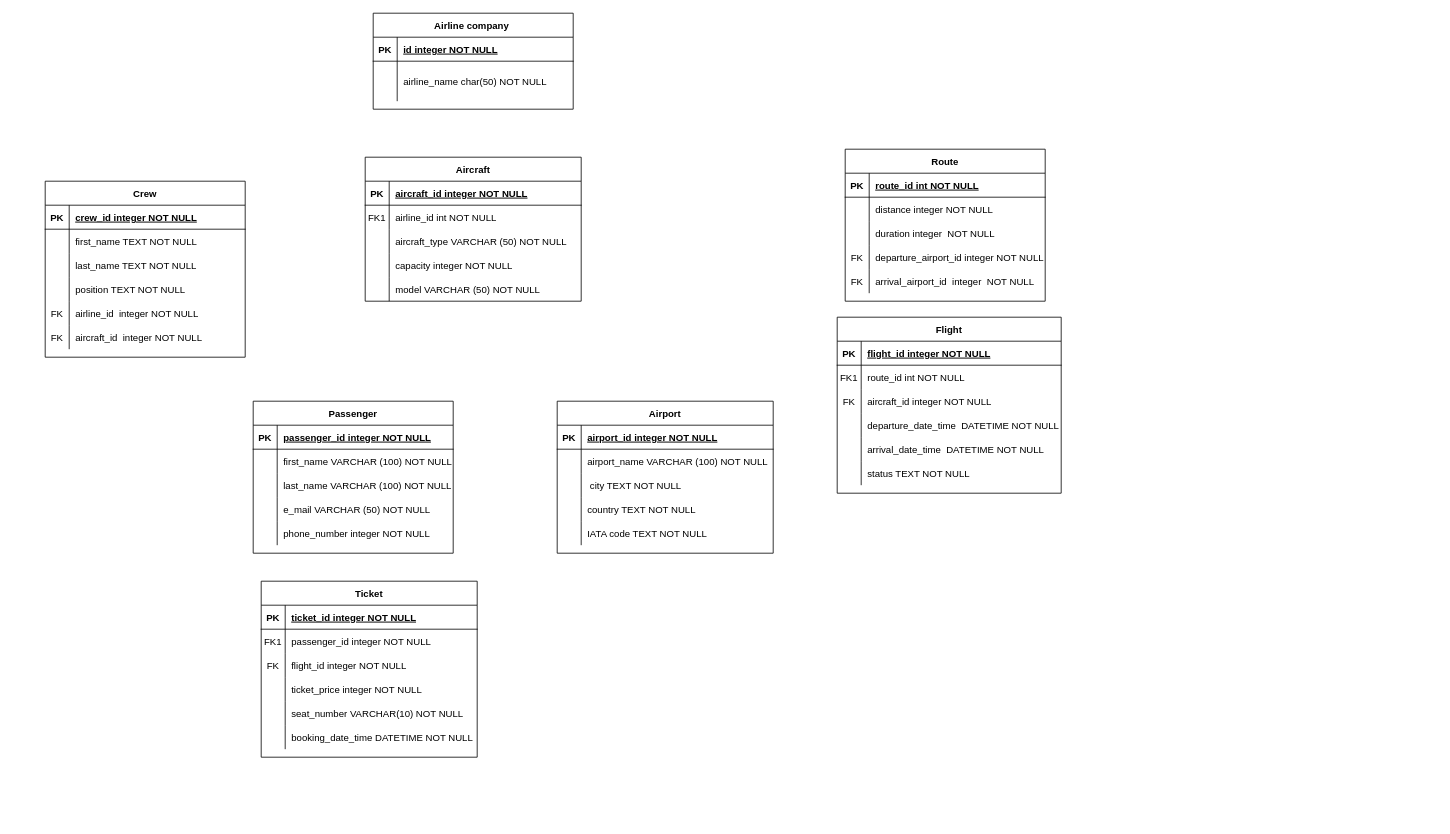
Before: model_conceptual.drawio in vladmagosin/examen_sem_1_db, a draw.io diagram. Source tidied: cells renumbered, new cells numbered last; positions are measured from the earlier drawing's top-left corner, leaving out a move shared by most shapes. Both pictures are drawn from the tidied source at 80%, with x=0, y=0 at pixel (45, 13).
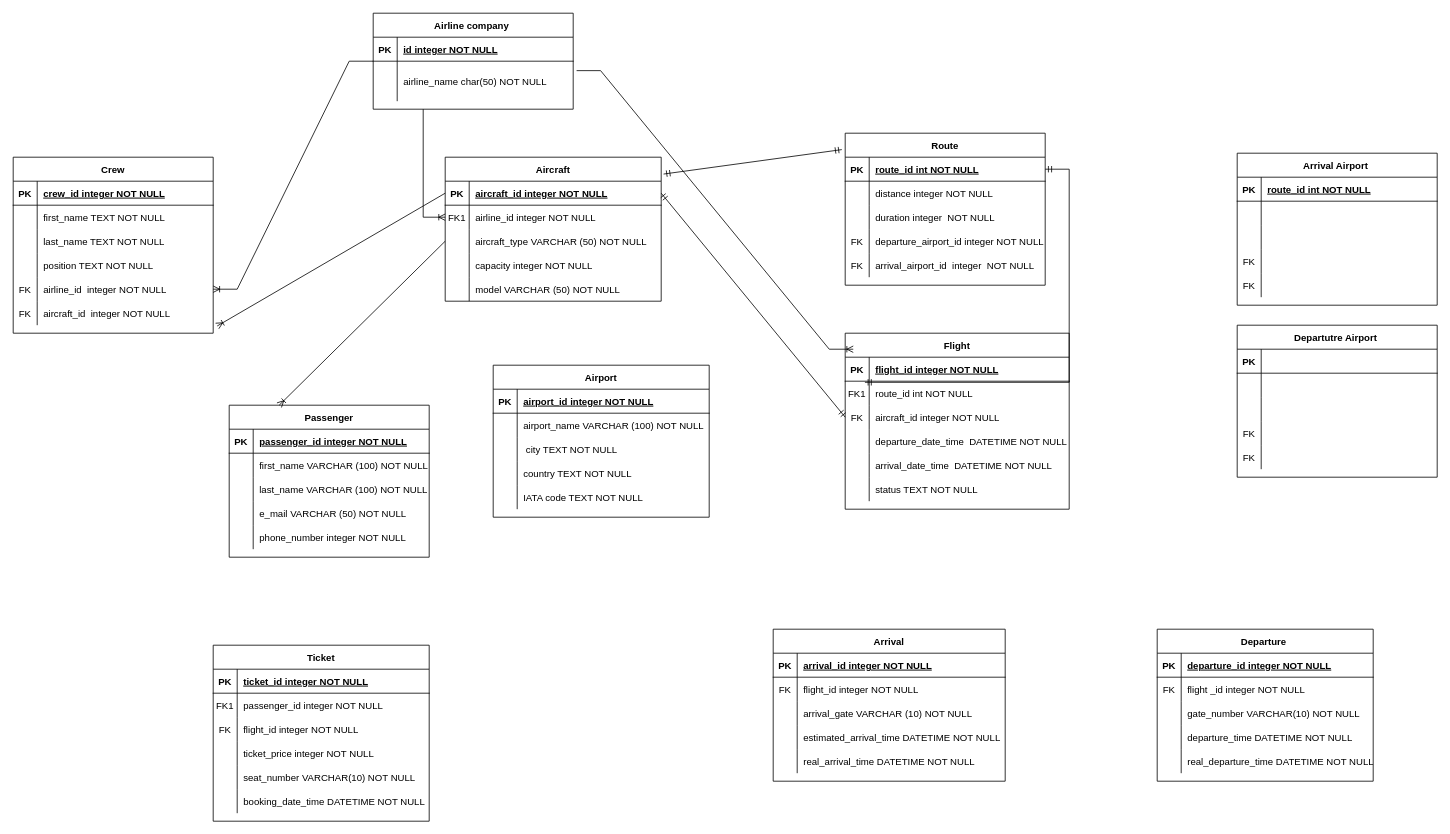
After the change.

The change refers to these unchanged cells:
```xml
<mxCell id="3" style="shape=partialRectangle;fillColor=none;points=[[0,0.5],[1,0.5]];portConstraint=eastwest;top=0;left=0;right=0;bottom=1;" parent="2" vertex="1">
  <mxGeometry y="30" width="270" height="30" as="geometry" />
</mxCell>
<mxCell id="6" style="shape=partialRectangle;fillColor=none;points=[[0,0.5],[1,0.5]];portConstraint=eastwest;top=0;left=0;right=0;bottom=0;" parent="2" vertex="1">
  <mxGeometry y="60" width="270" height="30" as="geometry" />
</mxCell>
<mxCell id="9" style="shape=partialRectangle;fillColor=none;points=[[0,0.5],[1,0.5]];portConstraint=eastwest;top=0;left=0;right=0;bottom=0;" parent="2" vertex="1">
  <mxGeometry y="90" width="270" height="30" as="geometry" />
</mxCell>
<mxCell id="34" value="Airline company " style="shape=table;startSize=30;childLayout=tableLayout;rowLines=0;fontStyle=1;align=center;" parent="1" vertex="1">
  <mxGeometry x="410" width="250" height="120" as="geometry" />
</mxCell>
<mxCell id="38" style="shape=partialRectangle;fillColor=none;points=[[0,0.5],[1,0.5]];portConstraint=eastwest;top=0;left=0;right=0;bottom=0;" parent="34" vertex="1">
  <mxGeometry y="60" width="250" height="50" as="geometry" />
</mxCell>
<mxCell id="45" style="shape=partialRectangle;fillColor=none;points=[[0,0.5],[1,0.5]];portConstraint=eastwest;top=0;left=0;right=0;bottom=0;" parent="41" vertex="1">
  <mxGeometry y="60" width="280" height="30" as="geometry" />
</mxCell>
<mxCell id="48" style="shape=partialRectangle;fillColor=none;points=[[0,0.5],[1,0.5]];portConstraint=eastwest;top=0;left=0;right=0;bottom=0;" parent="41" vertex="1">
  <mxGeometry y="90" width="280" height="30" as="geometry" />
</mxCell>
<mxCell id="73" style="shape=partialRectangle;fillColor=none;points=[[0,0.5],[1,0.5]];portConstraint=eastwest;top=0;left=0;right=0;bottom=0;" parent="60" vertex="1">
  <mxGeometry y="150" width="250" height="30" as="geometry" />
</mxCell>
<mxCell id="76" style="shape=partialRectangle;fillColor=none;points=[[0,0.5],[1,0.5]];portConstraint=eastwest;top=0;left=0;right=0;bottom=0;" parent="60" vertex="1">
  <mxGeometry y="180" width="250" height="30" as="geometry" />
</mxCell>
<mxCell id="80" style="shape=partialRectangle;fillColor=none;points=[[0,0.5],[1,0.5]];portConstraint=eastwest;top=0;left=0;right=0;bottom=1;" parent="79" vertex="1">
  <mxGeometry y="30" width="250" height="30" as="geometry" />
</mxCell>
```

What changed in the source:
```diff
@@
     <mxCell id="2" value="Aircraft" style="shape=table;startSize=30;childLayout=tableLayout;rowLines=0;fontStyle=1;align=center;" parent="1" vertex="1">
-      <mxGeometry x="400" y="180" width="270" height="180" as="geometry" />
+      <mxGeometry x="500" y="180" width="270" height="180" as="geometry" />
     </mxCell>
@@
-    <mxCell id="8" value="airline_id int NOT NULL" style="shape=partialRectangle;overflow=hidden;fillColor=none;top=0;left=0;bottom=0;right=0;align=left;spacingLeft=6;" parent="6" vertex="1">
+    <mxCell id="8" value="airline_id integer NOT NULL" style="shape=partialRectangle;overflow=hidden;fillColor=none;top=0;left=0;bottom=0;right=0;align=left;spacingLeft=6;" parent="6" vertex="1">
       <mxGeometry x="30" width="240" height="30" as="geometry" />
     </mxCell>
@@
     <mxCell id="18" value="Passenger" style="shape=table;startSize=30;childLayout=tableLayout;rowLines=0;fontStyle=1;align=center;" parent="1" vertex="1">
-      <mxGeometry x="260" y="485" width="250" height="190" as="geometry" />
+      <mxGeometry x="230" y="490" width="250" height="190" as="geometry" />
     </mxCell>
@@
     <mxCell id="41" value="Flight" style="shape=table;startSize=30;childLayout=tableLayout;rowLines=0;fontStyle=1;align=center;" parent="1" vertex="1">
-      <mxGeometry x="990" y="380" width="280" height="220" as="geometry" />
+      <mxGeometry x="1000" y="400" width="280" height="220" as="geometry" />
     </mxCell>
@@
     <mxCell id="60" value="Crew" style="shape=table;startSize=30;childLayout=tableLayout;rowLines=0;fontStyle=1;align=center;" parent="1" vertex="1">
-      <mxGeometry y="210" width="250" height="220" as="geometry" />
+      <mxGeometry x="-40" y="180" width="250" height="220" as="geometry" />
     </mxCell>
@@
     <mxCell id="79" value="Route" style="shape=table;startSize=30;childLayout=tableLayout;rowLines=0;fontStyle=1;align=center;" parent="1" vertex="1">
-      <mxGeometry x="1000" y="170" width="250" height="190" as="geometry" />
+      <mxGeometry x="1000" y="150" width="250" height="190" as="geometry" />
     </mxCell>
@@
     <mxCell id="95" value="Airport" style="shape=table;startSize=30;childLayout=tableLayout;rowLines=0;fontStyle=1;align=center;" parent="1" vertex="1">
-      <mxGeometry x="640" y="485" width="270" height="190" as="geometry" />
+      <mxGeometry x="560" y="440" width="270" height="190" as="geometry" />
     </mxCell>
@@
     <mxCell id="111" value="Ticket" style="shape=table;startSize=30;childLayout=tableLayout;rowLines=0;fontStyle=1;align=center;" parent="1" vertex="1">
-      <mxGeometry x="270" y="710" width="270" height="220" as="geometry" />
+      <mxGeometry x="210" y="790" width="270" height="220" as="geometry" />
     </mxCell>
@@
+    <mxCell id="130" value="Departure " style="shape=table;startSize=30;childLayout=tableLayout;rowLines=0;fontStyle=1;align=center;" parent="1" vertex="1">
+      <mxGeometry x="1390" y="770" width="270" height="190" as="geometry" />
+    </mxCell>
+    <mxCell id="131" style="shape=partialRectangle;fillColor=none;top=0;left=0;right=0;bottom=1;" parent="130" vertex="1">
+      <mxGeometry y="30" width="270" height="30" as="geometry" />
+    </mxCell>
+    <mxCell id="132" value="PK" style="shape=partialRectangle;overflow=hidden;fillColor=none;top=0;left=0;bottom=0;right=0;fontStyle=1;" parent="131" vertex="1">
+      <mxGeometry width="30" height="30" as="geometry" />
+    </mxCell>
+    <mxCell id="133" value="departure_id integer NOT NULL " style="shape=partialRectangle;overflow=hidden;fillColor=none;top=0;left=0;bottom=0;right=0;align=left;spacingLeft=6;fontStyle=5;" parent="131" vertex="1">
+      <mxGeometry x="30" width="240" height="30" as="geometry" />
+    </mxCell>
+    <mxCell id="134" style="shape=partialRectangle;fillColor=none;top=0;left=0;right=0;bottom=0;" parent="130" vertex="1">
+      <mxGeometry y="60" width="270" height="30" as="geometry" />
+    </mxCell>
+    <mxCell id="135" value="FK" style="shape=partialRectangle;overflow=hidden;fillColor=none;top=0;left=0;bottom=0;right=0;" parent="134" vertex="1">
+      <mxGeometry width="30" height="30" as="geometry" />
+    </mxCell>
+    <mxCell id="136" value="flight _id integer NOT NULL " style="shape=partialRectangle;overflow=hidden;fillColor=none;top=0;left=0;bottom=0;right=0;align=left;spacingLeft=6;" parent="134" vertex="1">
+      <mxGeometry x="30" width="240" height="30" as="geometry" />
+    </mxCell>
+    <mxCell id="137" style="shape=partialRectangle;fillColor=none;top=0;left=0;right=0;bottom=0;" parent="130" vertex="1">
+      <mxGeometry y="90" width="270" height="30" as="geometry" />
+    </mxCell>
+    <mxCell id="138" style="shape=partialRectangle;overflow=hidden;fillColor=none;top=0;left=0;bottom=0;right=0;" parent="137" vertex="1">
+      <mxGeometry width="30" height="30" as="geometry" />
+    </mxCell>
+    <mxCell id="139" value="gate_number VARCHAR(10) NOT NULL " style="shape=partialRectangle;overflow=hidden;fillColor=none;top=0;left=0;bottom=0;right=0;align=left;spacingLeft=6;" parent="137" vertex="1">
+      <mxGeometry x="30" width="240" height="30" as="geometry" />
+    </mxCell>
+    <mxCell id="140" style="shape=partialRectangle;fillColor=none;top=0;left=0;right=0;bottom=0;" parent="130" vertex="1">
+      <mxGeometry y="120" width="270" height="30" as="geometry" />
+    </mxCell>
+    <mxCell id="141" style="shape=partialRectangle;overflow=hidden;fillColor=none;top=0;left=0;bottom=0;right=0;" parent="140" vertex="1">
+      <mxGeometry width="30" height="30" as="geometry" />
+    </mxCell>
+    <mxCell id="142" value="departure_time DATETIME NOT NULL " style="shape=partialRectangle;overflow=hidden;fillColor=none;top=0;left=0;bottom=0;right=0;align=left;spacingLeft=6;" parent="140" vertex="1">
+      <mxGeometry x="30" width="240" height="30" as="geometry" />
+    </mxCell>
+    <mxCell id="143" style="shape=partialRectangle;fillColor=none;top=0;left=0;right=0;bottom=0;" parent="130" vertex="1">
+      <mxGeometry y="150" width="270" height="30" as="geometry" />
+    </mxCell>
+    <mxCell id="144" style="shape=partialRectangle;overflow=hidden;fillColor=none;top=0;left=0;bottom=0;right=0;" parent="143" vertex="1">
+      <mxGeometry width="30" height="30" as="geometry" />
+    </mxCell>
+    <mxCell id="145" value="real_departure_time DATETIME NOT NULL" style="shape=partialRectangle;overflow=hidden;fillColor=none;top=0;left=0;bottom=0;right=0;align=left;spacingLeft=6;" parent="143" vertex="1">
+      <mxGeometry x="30" width="240" height="30" as="geometry" />
+    </mxCell>
+    <mxCell id="146" value="Arrival" style="shape=table;startSize=30;childLayout=tableLayout;rowLines=0;fontStyle=1;align=center;" parent="1" vertex="1">
+      <mxGeometry x="910" y="770" width="290" height="190" as="geometry" />
+    </mxCell>
+    <mxCell id="147" style="shape=partialRectangle;fillColor=none;top=0;left=0;right=0;bottom=1;" parent="146" vertex="1">
+      <mxGeometry y="30" width="290" height="30" as="geometry" />
+    </mxCell>
+    <mxCell id="148" value="PK" style="shape=partialRectangle;overflow=hidden;fillColor=none;top=0;left=0;bottom=0;right=0;fontStyle=1;" parent="147" vertex="1">
+      <mxGeometry width="30" height="30" as="geometry" />
+    </mxCell>
+    <mxCell id="149" value="arrival_id integer NOT NULL " style="shape=partialRectangle;overflow=hidden;fillColor=none;top=0;left=0;bottom=0;right=0;align=left;spacingLeft=6;fontStyle=5;" parent="147" vertex="1">
+      <mxGeometry x="30" width="260" height="30" as="geometry" />
+    </mxCell>
+    <mxCell id="150" style="shape=partialRectangle;fillColor=none;top=0;left=0;right=0;bottom=0;" parent="146" vertex="1">
+      <mxGeometry y="60" width="290" height="30" as="geometry" />
+    </mxCell>
+    <mxCell id="151" value="FK" style="shape=partialRectangle;overflow=hidden;fillColor=none;top=0;left=0;bottom=0;right=0;" parent="150" vertex="1">
+      <mxGeometry width="30" height="30" as="geometry" />
+    </mxCell>
+    <mxCell id="152" value="flight_id integer NOT NULL " style="shape=partialRectangle;overflow=hidden;fillColor=none;top=0;left=0;bottom=0;right=0;align=left;spacingLeft=6;" parent="150" vertex="1">
+      <mxGeometry x="30" width="260" height="30" as="geometry" />
+    </mxCell>
+    <mxCell id="153" style="shape=partialRectangle;fillColor=none;top=0;left=0;right=0;bottom=0;" parent="146" vertex="1">
+      <mxGeometry y="90" width="290" height="30" as="geometry" />
+    </mxCell>
+    <mxCell id="154" style="shape=partialRectangle;overflow=hidden;fillColor=none;top=0;left=0;bottom=0;right=0;" parent="153" vertex="1">
+      <mxGeometry width="30" height="30" as="geometry" />
+    </mxCell>
+    <mxCell id="155" value="arrival_gate VARCHAR (10) NOT NULL " style="shape=partialRectangle;overflow=hidden;fillColor=none;top=0;left=0;bottom=0;right=0;align=left;spacingLeft=6;" parent="153" vertex="1">
+      <mxGeometry x="30" width="260" height="30" as="geometry" />
+    </mxCell>
+    <mxCell id="156" style="shape=partialRectangle;fillColor=none;top=0;left=0;right=0;bottom=0;" parent="146" vertex="1">
+      <mxGeometry y="120" width="290" height="30" as="geometry" />
+    </mxCell>
+    <mxCell id="157" style="shape=partialRectangle;overflow=hidden;fillColor=none;top=0;left=0;bottom=0;right=0;" parent="156" vertex="1">
+      <mxGeometry width="30" height="30" as="geometry" />
+    </mxCell>
+    <mxCell id="158" value="estimated_arrival_time DATETIME NOT NULL" style="shape=partialRectangle;overflow=hidden;fillColor=none;top=0;left=0;bottom=0;right=0;align=left;spacingLeft=6;" parent="156" vertex="1">
+      <mxGeometry x="30" width="260" height="30" as="geometry" />
+    </mxCell>
+    <mxCell id="159" style="shape=partialRectangle;fillColor=none;top=0;left=0;right=0;bottom=0;" parent="146" vertex="1">
+      <mxGeometry y="150" width="290" height="30" as="geometry" />
+    </mxCell>
+    <mxCell id="160" style="shape=partialRectangle;overflow=hidden;fillColor=none;top=0;left=0;bottom=0;right=0;" parent="159" vertex="1">
+      <mxGeometry width="30" height="30" as="geometry" />
+    </mxCell>
+    <mxCell id="161" value="real_arrival_time DATETIME NOT NULL " style="shape=partialRectangle;overflow=hidden;fillColor=none;top=0;left=0;bottom=0;right=0;align=left;spacingLeft=6;" parent="159" vertex="1">
+      <mxGeometry x="30" width="260" height="30" as="geometry" />
+    </mxCell>
+    <mxCell id="162" style="fontSize=12;html=1;endArrow=ERoneToMany;rounded=0;exitX=0.25;exitY=1;exitDx=0;exitDy=0;edgeStyle=orthogonalEdgeStyle;" parent="1" edge="1" source="34" target="6">
+      <mxGeometry relative="1" as="geometry" />
+    </mxCell>
+    <mxCell id="163" style="edgeStyle=entityRelationEdgeStyle;fontSize=12;html=1;endArrow=ERoneToMany;rounded=0;entryX=1;entryY=0.5;entryDx=0;entryDy=0;" parent="1" edge="1" source="34" target="73">
+      <mxGeometry relative="1" as="geometry" />
+    </mxCell>
+    <mxCell id="164" style="fontSize=12;html=1;endArrow=ERoneToMany;rounded=0;entryX=1.02;entryY=1.033;entryDx=0;entryDy=0;entryPerimeter=0;exitX=0;exitY=0.5;exitDx=0;exitDy=0;" parent="1" edge="1" source="3" target="76">
+      <mxGeometry relative="1" as="geometry" />
+    </mxCell>
+    <mxCell id="165" style="fontSize=12;html=1;endArrow=ERoneToMany;rounded=0;entryX=0.25;entryY=0;entryDx=0;entryDy=0;exitX=0;exitY=0.5;exitDx=0;exitDy=0;" parent="1" edge="1" source="9" target="18">
+      <mxGeometry relative="1" as="geometry" />
+    </mxCell>
+    <mxCell id="166" style="edgeStyle=entityRelationEdgeStyle;fontSize=12;html=1;endArrow=ERoneToMany;rounded=0;exitX=1.017;exitY=0.236;exitDx=0;exitDy=0;exitPerimeter=0;entryX=0.036;entryY=0.091;entryDx=0;entryDy=0;entryPerimeter=0;" parent="1" edge="1" source="38" target="41">
+      <mxGeometry relative="1" as="geometry" />
+    </mxCell>
+    <mxCell id="167" value="Arrival Airport " style="shape=table;startSize=30;childLayout=tableLayout;rowLines=0;fontStyle=1;align=center;" parent="1" vertex="1">
+      <mxGeometry x="1490" y="175" width="250" height="190" as="geometry" />
+    </mxCell>
+    <mxCell id="168" style="shape=partialRectangle;fillColor=none;top=0;left=0;right=0;bottom=1;" parent="167" vertex="1">
+      <mxGeometry y="30" width="250" height="30" as="geometry" />
+    </mxCell>
+    <mxCell id="169" value="PK" style="shape=partialRectangle;overflow=hidden;fillColor=none;top=0;left=0;bottom=0;right=0;fontStyle=1;" parent="168" vertex="1">
+      <mxGeometry width="30" height="30" as="geometry" />
+    </mxCell>
+    <mxCell id="170" value="route_id int NOT NULL " style="shape=partialRectangle;overflow=hidden;fillColor=none;top=0;left=0;bottom=0;right=0;align=left;spacingLeft=6;fontStyle=5;" parent="168" vertex="1">
+      <mxGeometry x="30" width="220" height="30" as="geometry" />
+    </mxCell>
+    <mxCell id="171" style="shape=partialRectangle;fillColor=none;top=0;left=0;right=0;bottom=0;" parent="167" vertex="1">
+      <mxGeometry y="60" width="250" height="30" as="geometry" />
+    </mxCell>
+    <mxCell id="172" style="shape=partialRectangle;overflow=hidden;fillColor=none;top=0;left=0;bottom=0;right=0;" parent="171" vertex="1">
+      <mxGeometry width="30" height="30" as="geometry" />
+    </mxCell>
+    <mxCell id="173" style="shape=partialRectangle;overflow=hidden;fillColor=none;top=0;left=0;bottom=0;right=0;align=left;spacingLeft=6;" parent="171" vertex="1">
+      <mxGeometry x="30" width="220" height="30" as="geometry" />
+    </mxCell>
+    <mxCell id="174" style="shape=partialRectangle;fillColor=none;top=0;left=0;right=0;bottom=0;" parent="167" vertex="1">
+      <mxGeometry y="90" width="250" height="30" as="geometry" />
+    </mxCell>
+    <mxCell id="175" style="shape=partialRectangle;overflow=hidden;fillColor=none;top=0;left=0;bottom=0;right=0;" parent="174" vertex="1">
+      <mxGeometry width="30" height="30" as="geometry" />
+    </mxCell>
+    <mxCell id="176" style="shape=partialRectangle;overflow=hidden;fillColor=none;top=0;left=0;bottom=0;right=0;align=left;spacingLeft=6;" parent="174" vertex="1">
+      <mxGeometry x="30" width="220" height="30" as="geometry" />
+    </mxCell>
+    <mxCell id="177" style="shape=partialRectangle;fillColor=none;top=0;left=0;right=0;bottom=0;" parent="167" vertex="1">
+      <mxGeometry y="120" width="250" height="30" as="geometry" />
+    </mxCell>
+    <mxCell id="178" value="FK" style="shape=partialRectangle;overflow=hidden;fillColor=none;top=0;left=0;bottom=0;right=0;" parent="177" vertex="1">
+      <mxGeometry width="30" height="30" as="geometry" />
+    </mxCell>
+    <mxCell id="179" style="shape=partialRectangle;overflow=hidden;fillColor=none;top=0;left=0;bottom=0;right=0;align=left;spacingLeft=6;" parent="177" vertex="1">
+      <mxGeometry x="30" width="220" height="30" as="geometry" />
+    </mxCell>
+    <mxCell id="180" style="shape=partialRectangle;fillColor=none;top=0;left=0;right=0;bottom=0;" parent="167" vertex="1">
+      <mxGeometry y="150" width="250" height="30" as="geometry" />
+    </mxCell>
+    <mxCell id="181" value="FK" style="shape=partialRectangle;overflow=hidden;fillColor=none;top=0;left=0;bottom=0;right=0;" parent="180" vertex="1">
+      <mxGeometry width="30" height="30" as="geometry" />
+    </mxCell>
+    <mxCell id="182" style="shape=partialRectangle;overflow=hidden;fillColor=none;top=0;left=0;bottom=0;right=0;align=left;spacingLeft=6;" parent="180" vertex="1">
+      <mxGeometry x="30" width="220" height="30" as="geometry" />
+    </mxCell>
+    <mxCell id="183" value="Departutre Airport " style="shape=table;startSize=30;childLayout=tableLayout;rowLines=0;fontStyle=1;align=center;" parent="1" vertex="1">
+      <mxGeometry x="1490" y="390" width="250" height="190" as="geometry" />
+    </mxCell>
+    <mxCell id="184" style="shape=partialRectangle;fillColor=none;top=0;left=0;right=0;bottom=1;" parent="183" vertex="1">
+      <mxGeometry y="30" width="250" height="30" as="geometry" />
+    </mxCell>
+    <mxCell id="185" value="PK" style="shape=partialRectangle;overflow=hidden;fillColor=none;top=0;left=0;bottom=0;right=0;fontStyle=1;" parent="184" vertex="1">
+      <mxGeometry width="30" height="30" as="geometry" />
+    </mxCell>
+    <mxCell id="186" style="shape=partialRectangle;overflow=hidden;fillColor=none;top=0;left=0;bottom=0;right=0;align=left;spacingLeft=6;fontStyle=5;" parent="184" vertex="1">
+      <mxGeometry x="30" width="220" height="30" as="geometry" />
+    </mxCell>
+    <mxCell id="187" style="shape=partialRectangle;fillColor=none;top=0;left=0;right=0;bottom=0;" parent="183" vertex="1">
+      <mxGeometry y="60" width="250" height="30" as="geometry" />
+    </mxCell>
+    <mxCell id="188" style="shape=partialRectangle;overflow=hidden;fillColor=none;top=0;left=0;bottom=0;right=0;" parent="187" vertex="1">
+      <mxGeometry width="30" height="30" as="geometry" />
+    </mxCell>
+    <mxCell id="189" style="shape=partialRectangle;overflow=hidden;fillColor=none;top=0;left=0;bottom=0;right=0;align=left;spacingLeft=6;" parent="187" vertex="1">
+      <mxGeometry x="30" width="220" height="30" as="geometry" />
+    </mxCell>
+    <mxCell id="190" style="shape=partialRectangle;fillColor=none;top=0;left=0;right=0;bottom=0;" parent="183" vertex="1">
+      <mxGeometry y="90" width="250" height="30" as="geometry" />
+    </mxCell>
+    <mxCell id="191" style="shape=partialRectangle;overflow=hidden;fillColor=none;top=0;left=0;bottom=0;right=0;" parent="190" vertex="1">
+      <mxGeometry width="30" height="30" as="geometry" />
+    </mxCell>
+    <mxCell id="192" style="shape=partialRectangle;overflow=hidden;fillColor=none;top=0;left=0;bottom=0;right=0;align=left;spacingLeft=6;" parent="190" vertex="1">
+      <mxGeometry x="30" width="220" height="30" as="geometry" />
+    </mxCell>
+    <mxCell id="193" style="shape=partialRectangle;fillColor=none;top=0;left=0;right=0;bottom=0;" parent="183" vertex="1">
+      <mxGeometry y="120" width="250" height="30" as="geometry" />
+    </mxCell>
+    <mxCell id="194" value="FK" style="shape=partialRectangle;overflow=hidden;fillColor=none;top=0;left=0;bottom=0;right=0;" parent="193" vertex="1">
+      <mxGeometry width="30" height="30" as="geometry" />
+    </mxCell>
+    <mxCell id="195" style="shape=partialRectangle;overflow=hidden;fillColor=none;top=0;left=0;bottom=0;right=0;align=left;spacingLeft=6;" parent="193" vertex="1">
+      <mxGeometry x="30" width="220" height="30" as="geometry" />
+    </mxCell>
+    <mxCell id="196" style="shape=partialRectangle;fillColor=none;top=0;left=0;right=0;bottom=0;" parent="183" vertex="1">
+      <mxGeometry y="150" width="250" height="30" as="geometry" />
+    </mxCell>
+    <mxCell id="197" value="FK" style="shape=partialRectangle;overflow=hidden;fillColor=none;top=0;left=0;bottom=0;right=0;" parent="196" vertex="1">
+      <mxGeometry width="30" height="30" as="geometry" />
+    </mxCell>
+    <mxCell id="198" style="shape=partialRectangle;overflow=hidden;fillColor=none;top=0;left=0;bottom=0;right=0;align=left;spacingLeft=6;" parent="196" vertex="1">
+      <mxGeometry x="30" width="220" height="30" as="geometry" />
+    </mxCell>
+    <mxCell id="199" style="fontSize=12;html=1;endArrow=ERmandOne;startArrow=ERmandOne;rounded=0;exitX=1.011;exitY=0.117;exitDx=0;exitDy=0;exitPerimeter=0;entryX=-0.017;entryY=0.108;entryDx=0;entryDy=0;entryPerimeter=0;" parent="1" edge="1" source="2" target="79">
+      <mxGeometry relative="1" as="geometry" />
+    </mxCell>
+    <mxCell id="200" style="fontSize=12;html=1;endArrow=ERmandOne;startArrow=ERmandOne;rounded=0;entryX=0;entryY=0.5;entryDx=0;entryDy=0;exitX=1;exitY=0.5;exitDx=0;exitDy=0;" parent="1" edge="1" source="3" target="48">
+      <mxGeometry relative="1" as="geometry" />
+    </mxCell>
+    <mxCell id="201" style="edgeStyle=entityRelationEdgeStyle;fontSize=12;html=1;endArrow=ERmandOne;startArrow=ERmandOne;rounded=0;entryX=0.088;entryY=0.047;entryDx=0;entryDy=0;entryPerimeter=0;" parent="1" edge="1" source="80" target="45">
+      <mxGeometry relative="1" as="geometry" />
+    </mxCell>
```
